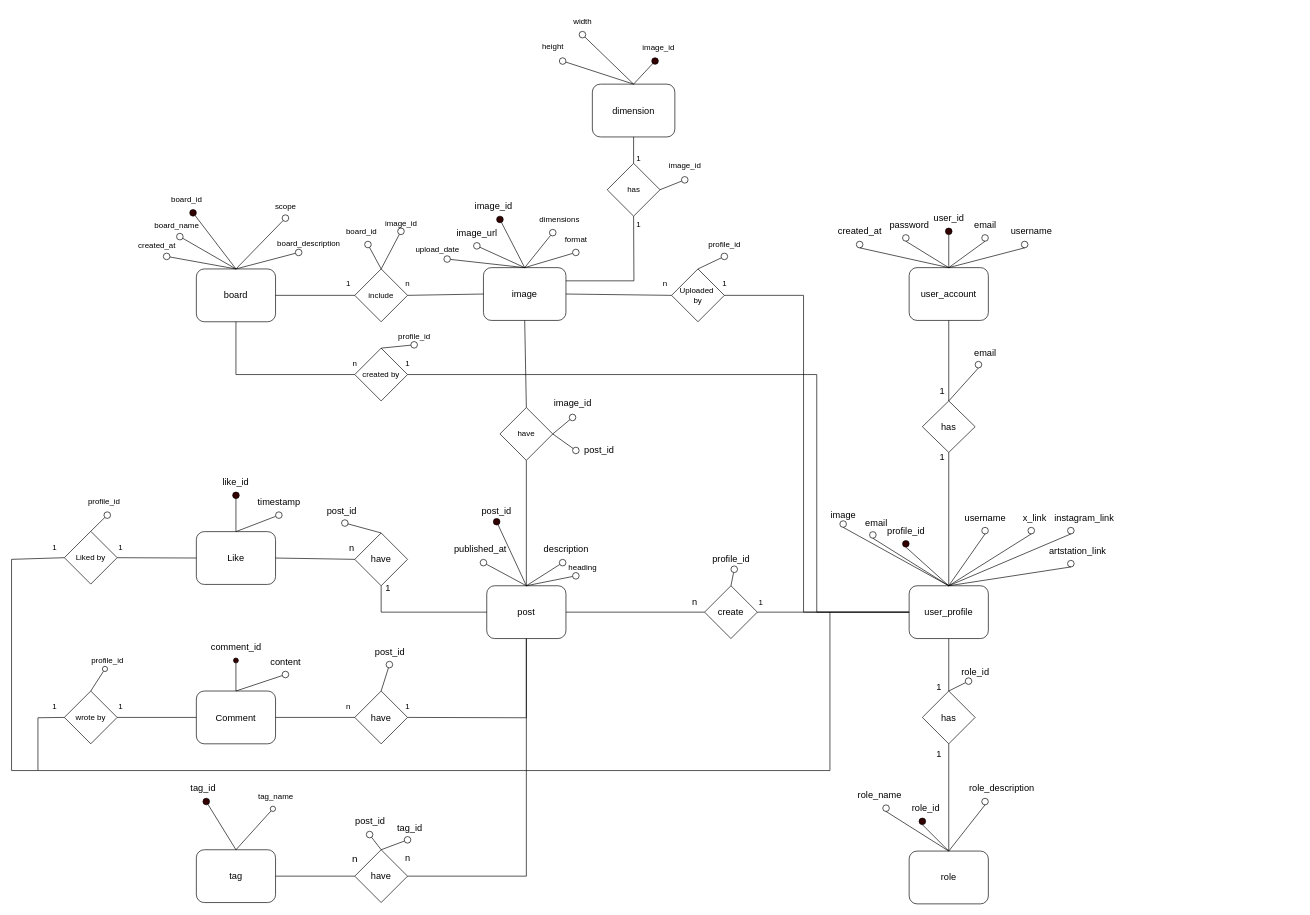
This is page "ERD_diagram" (1 of 2) of designs/database.drawio from PhoenixWK/spirit-blossom, a draw.io file, before an edit. Source tidied: cells renumbered, new cells numbered last; positions are measured from the earlier drawing's top-left corner, leaving out a move shared by most shapes. Both pictures are drawn from the tidied source at 66%, with x=0, y=0 at pixel (11, 11).
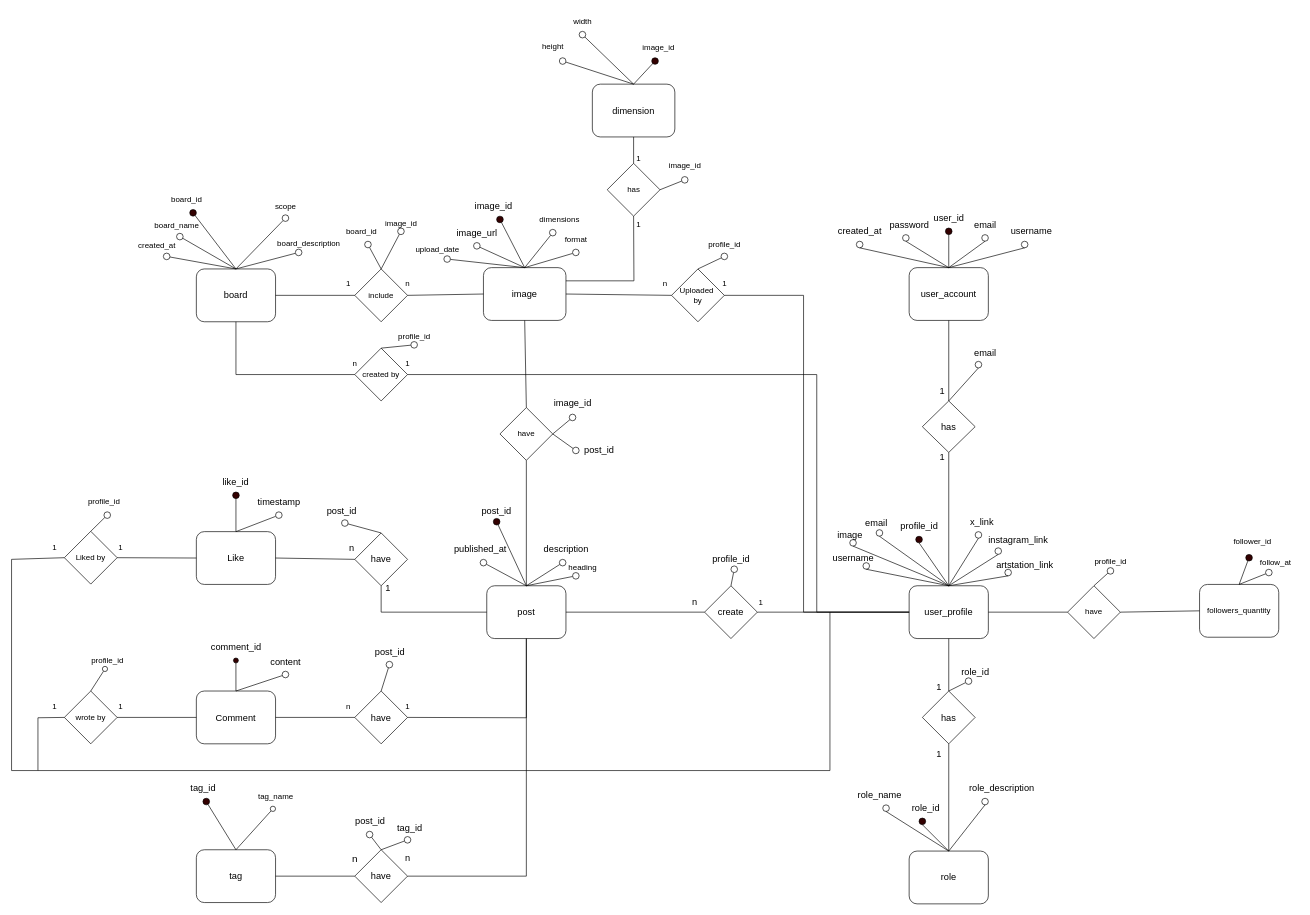
The same diagram, later.

The change refers to these unchanged cells:
```xml
<mxCell id="18" value="&lt;font style=&quot;font-size: 14px;&quot;&gt;user_profile&lt;/font&gt;" style="rounded=1;whiteSpace=wrap;html=1;flipV=1;flipH=1;direction=east;" parent="1" vertex="1">
  <mxGeometry x="1360" y="870" width="120" height="80" as="geometry" />
</mxCell>
```

Change to the diagram source:
```diff
@@
     <mxCell id="19" style="ellipse;whiteSpace=wrap;html=1;fillColor=#330000;flipV=1;flipH=1;direction=east;" parent="1" vertex="1">
-      <mxGeometry x="1350" y="801.5" width="10" height="10" as="geometry" />
+      <mxGeometry x="1370" y="795" width="10" height="10" as="geometry" />
     </mxCell>
@@
     <mxCell id="21" value="&lt;font style=&quot;font-size: 14px;&quot;&gt;profile_id&lt;/font&gt;" style="text;html=1;align=center;verticalAlign=middle;strokeColor=none;fillColor=none;flipV=1;flipH=1;" parent="1" vertex="1">
-      <mxGeometry x="1315" y="771.5" width="80" height="30" as="geometry" />
+      <mxGeometry x="1335" y="765" width="80" height="30" as="geometry" />
     </mxCell>
     <mxCell id="22" style="ellipse;whiteSpace=wrap;html=1;fillColor=none;flipV=1;flipH=1;direction=east;" parent="1" vertex="1">
-      <mxGeometry x="1300" y="788" width="10" height="10" as="geometry" />
+      <mxGeometry x="1310" y="785" width="10" height="10" as="geometry" />
     </mxCell>
@@
     <mxCell id="25" style="ellipse;whiteSpace=wrap;html=1;fillColor=none;flipV=1;flipH=1;direction=east;" parent="1" vertex="1">
-      <mxGeometry x="1470" y="781.5" width="10" height="10" as="geometry" />
+      <mxGeometry x="1290" y="835" width="10" height="10" as="geometry" />
     </mxCell>
@@
     <mxCell id="27" value="&lt;font style=&quot;font-size: 14px;&quot;&gt;username&lt;/font&gt;" style="text;html=1;align=center;verticalAlign=middle;strokeColor=none;fillColor=none;flipV=1;flipH=1;" parent="1" vertex="1">
-      <mxGeometry x="1430" y="751.5" width="90" height="30" as="geometry" />
+      <mxGeometry x="1230" y="812.5" width="90" height="30" as="geometry" />
     </mxCell>
     <mxCell id="28" style="ellipse;whiteSpace=wrap;html=1;fillColor=none;flipV=1;flipH=1;direction=east;" parent="1" vertex="1">
-      <mxGeometry x="1255" y="771.5" width="10" height="10" as="geometry" />
+      <mxGeometry x="1270" y="800" width="10" height="10" as="geometry" />
     </mxCell>
@@
     <mxCell id="30" value="&lt;font style=&quot;font-size: 14px;&quot;&gt;image&lt;/font&gt;" style="text;html=1;align=center;verticalAlign=middle;strokeColor=none;fillColor=none;flipV=1;flipH=1;" parent="1" vertex="1">
-      <mxGeometry x="1230" y="748" width="60" height="30" as="geometry" />
+      <mxGeometry x="1240" y="778" width="60" height="30" as="geometry" />
     </mxCell>
     <mxCell id="31" style="ellipse;whiteSpace=wrap;html=1;fillColor=none;flipV=1;flipH=1;direction=east;" parent="1" vertex="1">
-      <mxGeometry x="1540" y="781.5" width="10" height="10" as="geometry" />
+      <mxGeometry x="1460" y="788" width="10" height="10" as="geometry" />
     </mxCell>
@@
     <mxCell id="33" value="&lt;font style=&quot;font-size: 14px;&quot;&gt;x_link&lt;/font&gt;" style="text;html=1;align=center;verticalAlign=middle;strokeColor=none;fillColor=none;flipV=1;flipH=1;" parent="1" vertex="1">
-      <mxGeometry x="1520" y="751.5" width="60" height="30" as="geometry" />
+      <mxGeometry x="1440" y="758" width="60" height="30" as="geometry" />
     </mxCell>
     <mxCell id="34" style="ellipse;whiteSpace=wrap;html=1;fillColor=none;flipV=1;flipH=1;direction=east;" parent="1" vertex="1">
-      <mxGeometry x="1600" y="781.5" width="10" height="10" as="geometry" />
+      <mxGeometry x="1490" y="812.5" width="10" height="10" as="geometry" />
     </mxCell>
@@
     <mxCell id="36" value="&lt;font style=&quot;font-size: 14px;&quot;&gt;instagram_link&lt;/font&gt;" style="text;html=1;align=center;verticalAlign=middle;strokeColor=none;fillColor=none;flipV=1;flipH=1;" parent="1" vertex="1">
-      <mxGeometry x="1570" y="751.5" width="110" height="30" as="geometry" />
+      <mxGeometry x="1470" y="785" width="110" height="30" as="geometry" />
     </mxCell>
     <mxCell id="37" style="ellipse;whiteSpace=wrap;html=1;fillColor=none;flipV=1;flipH=1;direction=east;" parent="1" vertex="1">
-      <mxGeometry x="1600" y="831.5" width="10" height="10" as="geometry" />
+      <mxGeometry x="1505" y="845" width="10" height="10" as="geometry" />
     </mxCell>
@@
     <mxCell id="39" value="&lt;font style=&quot;font-size: 14px;&quot;&gt;artstation_link&lt;/font&gt;" style="text;html=1;align=center;verticalAlign=middle;strokeColor=none;fillColor=none;flipV=1;flipH=1;" parent="1" vertex="1">
-      <mxGeometry x="1560" y="801.5" width="110" height="30" as="geometry" />
+      <mxGeometry x="1480" y="822.5" width="110" height="30" as="geometry" />
     </mxCell>
@@
+    <mxCell id="237" value="followers_quantity" style="rounded=1;whiteSpace=wrap;html=1;" parent="1" vertex="1">
+      <mxGeometry x="1800" y="868" width="120" height="80" as="geometry" />
+    </mxCell>
+    <mxCell id="238" style="endArrow=none;html=1;rounded=0;exitX=0.5;exitY=0;exitDx=0;exitDy=0;" parent="1" edge="1" source="237" target="239">
+      <mxGeometry relative="1" as="geometry" />
+    </mxCell>
+    <mxCell id="239" style="ellipse;whiteSpace=wrap;html=1;fillColor=#330000;" parent="1" vertex="1">
+      <mxGeometry x="1870" y="822.5" width="10" height="10" as="geometry" />
+    </mxCell>
+    <mxCell id="240" value="follower_id" style="text;html=1;align=center;verticalAlign=middle;strokeColor=none;fillColor=none;" parent="1" vertex="1">
+      <mxGeometry x="1840" y="788" width="80" height="30" as="geometry" />
+    </mxCell>
+    <mxCell id="241" style="endArrow=none;html=1;rounded=0;exitX=0.5;exitY=0;exitDx=0;exitDy=0;" parent="1" edge="1" source="237" target="242">
+      <mxGeometry relative="1" as="geometry" />
+    </mxCell>
+    <mxCell id="242" style="ellipse;whiteSpace=wrap;html=1;" parent="1" vertex="1">
+      <mxGeometry x="1900" y="845" width="10" height="10" as="geometry" />
+    </mxCell>
+    <mxCell id="243" value="follow_at" style="text;html=1;align=center;verticalAlign=middle;strokeColor=none;fillColor=none;" parent="1" vertex="1">
+      <mxGeometry x="1880" y="820" width="70" height="30" as="geometry" />
+    </mxCell>
+    <mxCell id="244" value="have" style="rhombus;whiteSpace=wrap;html=1;" parent="1" vertex="1">
+      <mxGeometry x="1600" y="870" width="80" height="80" as="geometry" />
+    </mxCell>
+    <mxCell id="245" style="endArrow=none;html=1;rounded=0;exitX=1;exitY=0.5;exitDx=0;exitDy=0;entryX=0;entryY=0.5;entryDx=0;entryDy=0;" parent="1" edge="1" source="18" target="244">
+      <mxGeometry relative="1" as="geometry" />
+    </mxCell>
+    <mxCell id="246" style="endArrow=none;html=1;rounded=0;exitX=0;exitY=0.5;exitDx=0;exitDy=0;entryX=1;entryY=0.5;entryDx=0;entryDy=0;" parent="1" edge="1" source="237" target="244">
+      <mxGeometry relative="1" as="geometry" />
+    </mxCell>
+    <mxCell id="247" style="endArrow=none;html=1;rounded=0;exitX=0.5;exitY=0;exitDx=0;exitDy=0;" parent="1" edge="1" source="244" target="248">
+      <mxGeometry relative="1" as="geometry" />
+    </mxCell>
+    <mxCell id="248" style="ellipse;whiteSpace=wrap;html=1;" parent="1" vertex="1">
+      <mxGeometry x="1660" y="842.5" width="10" height="10" as="geometry" />
+    </mxCell>
+    <mxCell id="249" value="profile_id" style="text;html=1;align=center;verticalAlign=middle;strokeColor=none;fillColor=none;" parent="1" vertex="1">
+      <mxGeometry x="1630" y="818" width="70" height="30" as="geometry" />
+    </mxCell>
```
